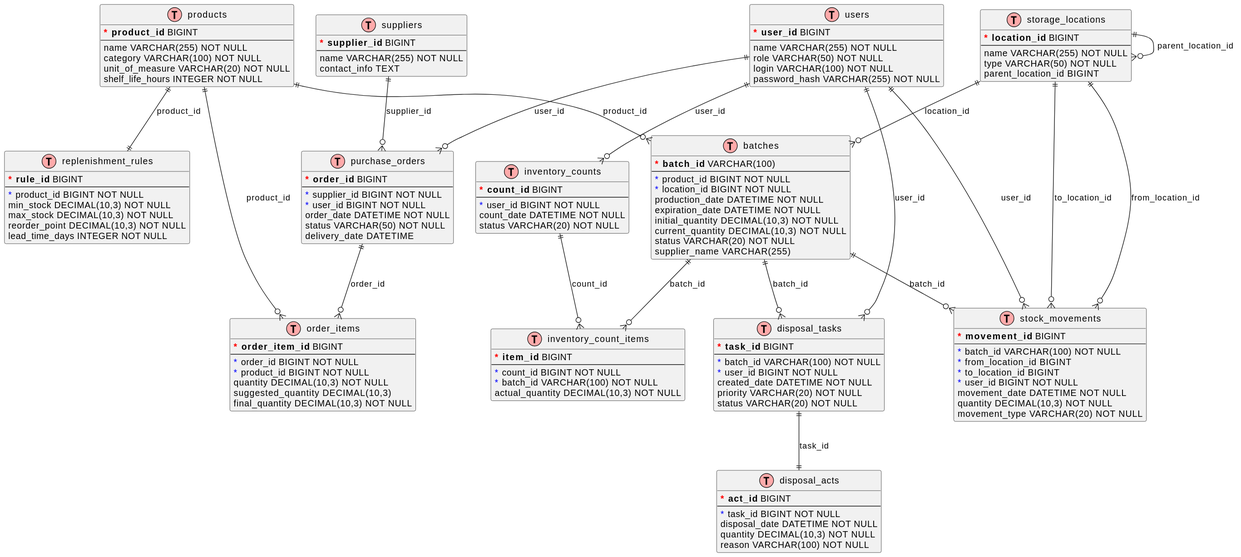
Before: docs/diagrams/out/DataModelDiagramm.svg, a diagram exported from PlantUML (TimIrkutsk/Otus-Project). Its diagram source:
```plantuml
@startuml
!define table(x) class x << (T,#FFAAAA) >>
!define primary_key(x) <b><color:red>*</color> x</b>
!define foreign_key(x) <color:blue>*</color> x

hide methods
hide stereotypes

table(products) {
primary_key(product_id) BIGINT
--
name VARCHAR(255) NOT NULL
category VARCHAR(100) NOT NULL
unit_of_measure VARCHAR(20) NOT NULL
shelf_life_hours INTEGER NOT NULL
}

table(batches) {
primary_key(batch_id) VARCHAR(100)
--
foreign_key(product_id) BIGINT NOT NULL
foreign_key(location_id) BIGINT NOT NULL
production_date DATETIME NOT NULL
expiration_date DATETIME NOT NULL
initial_quantity DECIMAL(10,3) NOT NULL
current_quantity DECIMAL(10,3) NOT NULL
status VARCHAR(20) NOT NULL
supplier_name VARCHAR(255)
}

table(storage_locations) {
primary_key(location_id) BIGINT
--
name VARCHAR(255) NOT NULL
type VARCHAR(50) NOT NULL
parent_location_id BIGINT
}

table(inventory_counts) {
primary_key(count_id) BIGINT
--
foreign_key(user_id) BIGINT NOT NULL
count_date DATETIME NOT NULL
status VARCHAR(20) NOT NULL
}

table(inventory_count_items) {
primary_key(item_id) BIGINT
--
foreign_key(count_id) BIGINT NOT NULL
foreign_key(batch_id) VARCHAR(100) NOT NULL
actual_quantity DECIMAL(10,3) NOT NULL
}

table(suppliers) {
primary_key(supplier_id) BIGINT
--
name VARCHAR(255) NOT NULL
contact_info TEXT
}

table(purchase_orders) {
primary_key(order_id) BIGINT
--
foreign_key(supplier_id) BIGINT NOT NULL
foreign_key(user_id) BIGINT NOT NULL
order_date DATETIME NOT NULL
status VARCHAR(50) NOT NULL
delivery_date DATETIME
}

table(order_items) {
primary_key(order_item_id) BIGINT
--
foreign_key(order_id) BIGINT NOT NULL
foreign_key(product_id) BIGINT NOT NULL
quantity DECIMAL(10,3) NOT NULL
suggested_quantity DECIMAL(10,3)
final_quantity DECIMAL(10,3) NOT NULL
}

table(replenishment_rules) {
primary_key(rule_id) BIGINT
--
foreign_key(product_id) BIGINT NOT NULL
min_stock DECIMAL(10,3) NOT NULL
max_stock DECIMAL(10,3) NOT NULL
reorder_point DECIMAL(10,3) NOT NULL
lead_time_days INTEGER NOT NULL
}

table(disposal_tasks) {
primary_key(task_id) BIGINT
--
foreign_key(batch_id) VARCHAR(100) NOT NULL
foreign_key(user_id) BIGINT NOT NULL
created_date DATETIME NOT NULL
priority VARCHAR(20) NOT NULL
status VARCHAR(20) NOT NULL
}

table(disposal_acts) {
primary_key(act_id) BIGINT
--
foreign_key(task_id) BIGINT NOT NULL
disposal_date DATETIME NOT NULL
quantity DECIMAL(10,3) NOT NULL
reason VARCHAR(100) NOT NULL
}

table(stock_movements) {
primary_key(movement_id) BIGINT
--
foreign_key(batch_id) VARCHAR(100) NOT NULL
foreign_key(from_location_id) BIGINT
foreign_key(to_location_id) BIGINT
foreign_key(user_id) BIGINT NOT NULL
movement_date DATETIME NOT NULL
quantity DECIMAL(10,3) NOT NULL
movement_type VARCHAR(20) NOT NULL
}

table(users) {
primary_key(user_id) BIGINT
--
name VARCHAR(255) NOT NULL
role VARCHAR(50) NOT NULL
login VARCHAR(100) NOT NULL
password_hash VARCHAR(255) NOT NULL
}

products ||--o{ batches : "product_id"
storage_locations ||--o{ batches : "location_id"
storage_locations ||--o{ storage_locations : "parent_location_id"

users ||--o{ inventory_counts : "user_id"
inventory_counts ||--o{ inventory_count_items : "count_id"
batches ||--o{ inventory_count_items : "batch_id"

suppliers ||--o{ purchase_orders : "supplier_id"
users ||--o{ purchase_orders : "user_id"
purchase_orders ||--o{ order_items : "order_id"
products ||--o{ order_items : "product_id"

products ||--|| replenishment_rules : "product_id"

batches ||--o{ disposal_tasks : "batch_id"
users ||--o{ disposal_tasks : "user_id"
disposal_tasks ||--|| disposal_acts : "task_id"

batches ||--o{ stock_movements : "batch_id"
storage_locations ||--o{ stock_movements : "from_location_id"
storage_locations ||--o{ stock_movements : "to_location_id"
users ||--o{ stock_movements : "user_id"
@enduml
```
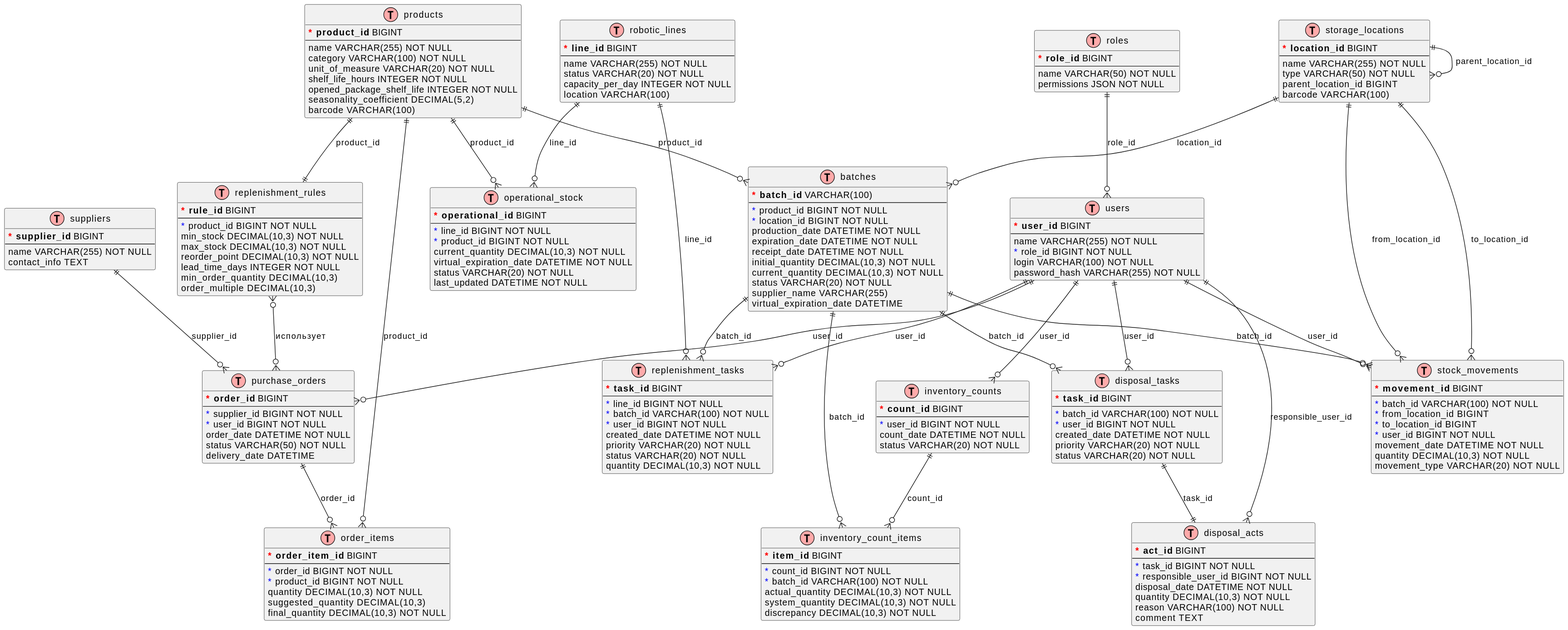
Above is the later version.

The edit, as a diff of the source:
```diff
@@ -13,6 +13,9 @@
 category VARCHAR(100) NOT NULL
 unit_of_measure VARCHAR(20) NOT NULL
 shelf_life_hours INTEGER NOT NULL
+opened_package_shelf_life INTEGER NOT NULL
+seasonality_coefficient DECIMAL(5,2)
+barcode VARCHAR(100)
 }
 
 table(batches) {
@@ -22,10 +25,12 @@
 foreign_key(location_id) BIGINT NOT NULL
 production_date DATETIME NOT NULL
 expiration_date DATETIME NOT NULL
+receipt_date DATETIME NOT NULL
 initial_quantity DECIMAL(10,3) NOT NULL
 current_quantity DECIMAL(10,3) NOT NULL
 status VARCHAR(20) NOT NULL
 supplier_name VARCHAR(255)
+virtual_expiration_date DATETIME
 }
 
 table(storage_locations) {
@@ -34,6 +39,7 @@
 name VARCHAR(255) NOT NULL
 type VARCHAR(50) NOT NULL
 parent_location_id BIGINT
+barcode VARCHAR(100)
 }
 
 table(inventory_counts) {
@@ -50,6 +56,8 @@
 foreign_key(count_id) BIGINT NOT NULL
 foreign_key(batch_id) VARCHAR(100) NOT NULL
 actual_quantity DECIMAL(10,3) NOT NULL
+system_quantity DECIMAL(10,3) NOT NULL
+discrepancy DECIMAL(10,3) NOT NULL
 }
 
 table(suppliers) {
@@ -87,6 +95,8 @@
 max_stock DECIMAL(10,3) NOT NULL
 reorder_point DECIMAL(10,3) NOT NULL
 lead_time_days INTEGER NOT NULL
+min_order_quantity DECIMAL(10,3)
+order_multiple DECIMAL(10,3)
 }
 
 table(disposal_tasks) {
@@ -103,9 +113,11 @@
 primary_key(act_id) BIGINT
 --
 foreign_key(task_id) BIGINT NOT NULL
+foreign_key(responsible_user_id) BIGINT NOT NULL
 disposal_date DATETIME NOT NULL
 quantity DECIMAL(10,3) NOT NULL
 reason VARCHAR(100) NOT NULL
+comment TEXT
 }
 
 table(stock_movements) {
@@ -124,9 +136,48 @@
 primary_key(user_id) BIGINT
 --
 name VARCHAR(255) NOT NULL
-role VARCHAR(50) NOT NULL
+foreign_key(role_id) BIGINT NOT NULL
 login VARCHAR(100) NOT NULL
 password_hash VARCHAR(255) NOT NULL
+}
+
+table(roles) {
+primary_key(role_id) BIGINT
+--
+name VARCHAR(50) NOT NULL
+permissions JSON NOT NULL
+}
+
+table(operational_stock) {
+primary_key(operational_id) BIGINT
+--
+foreign_key(line_id) BIGINT NOT NULL
+foreign_key(product_id) BIGINT NOT NULL
+current_quantity DECIMAL(10,3) NOT NULL
+virtual_expiration_date DATETIME NOT NULL
+status VARCHAR(20) NOT NULL
+last_updated DATETIME NOT NULL
+}
+
+table(robotic_lines) {
+primary_key(line_id) BIGINT
+--
+name VARCHAR(255) NOT NULL
+status VARCHAR(20) NOT NULL
+capacity_per_day INTEGER NOT NULL
+location VARCHAR(100)
+}
+
+table(replenishment_tasks) {
+primary_key(task_id) BIGINT
+--
+foreign_key(line_id) BIGINT NOT NULL
+foreign_key(batch_id) VARCHAR(100) NOT NULL
+foreign_key(user_id) BIGINT NOT NULL
+created_date DATETIME NOT NULL
+priority VARCHAR(20) NOT NULL
+status VARCHAR(20) NOT NULL
+quantity DECIMAL(10,3) NOT NULL
 }
 
 products ||--o{ batches : "product_id"
@@ -141,15 +192,26 @@
 users ||--o{ purchase_orders : "user_id"
 purchase_orders ||--o{ order_items : "order_id"
 products ||--o{ order_items : "product_id"
+replenishment_rules }o--o{ purchase_orders : "использует"
 
 products ||--|| replenishment_rules : "product_id"
 
 batches ||--o{ disposal_tasks : "batch_id"
 users ||--o{ disposal_tasks : "user_id"
 disposal_tasks ||--|| disposal_acts : "task_id"
+users ||--o{ disposal_acts : "responsible_user_id"
 
 batches ||--o{ stock_movements : "batch_id"
 storage_locations ||--o{ stock_movements : "from_location_id"
 storage_locations ||--o{ stock_movements : "to_location_id"
 users ||--o{ stock_movements : "user_id"
+
+roles ||--o{ users : "role_id"
+
+robotic_lines ||--o{ operational_stock : "line_id"
+products ||--o{ operational_stock : "product_id"
+
+robotic_lines ||--o{ replenishment_tasks : "line_id"
+batches ||--o{ replenishment_tasks : "batch_id"
+users ||--o{ replenishment_tasks : "user_id"
 @enduml
```
